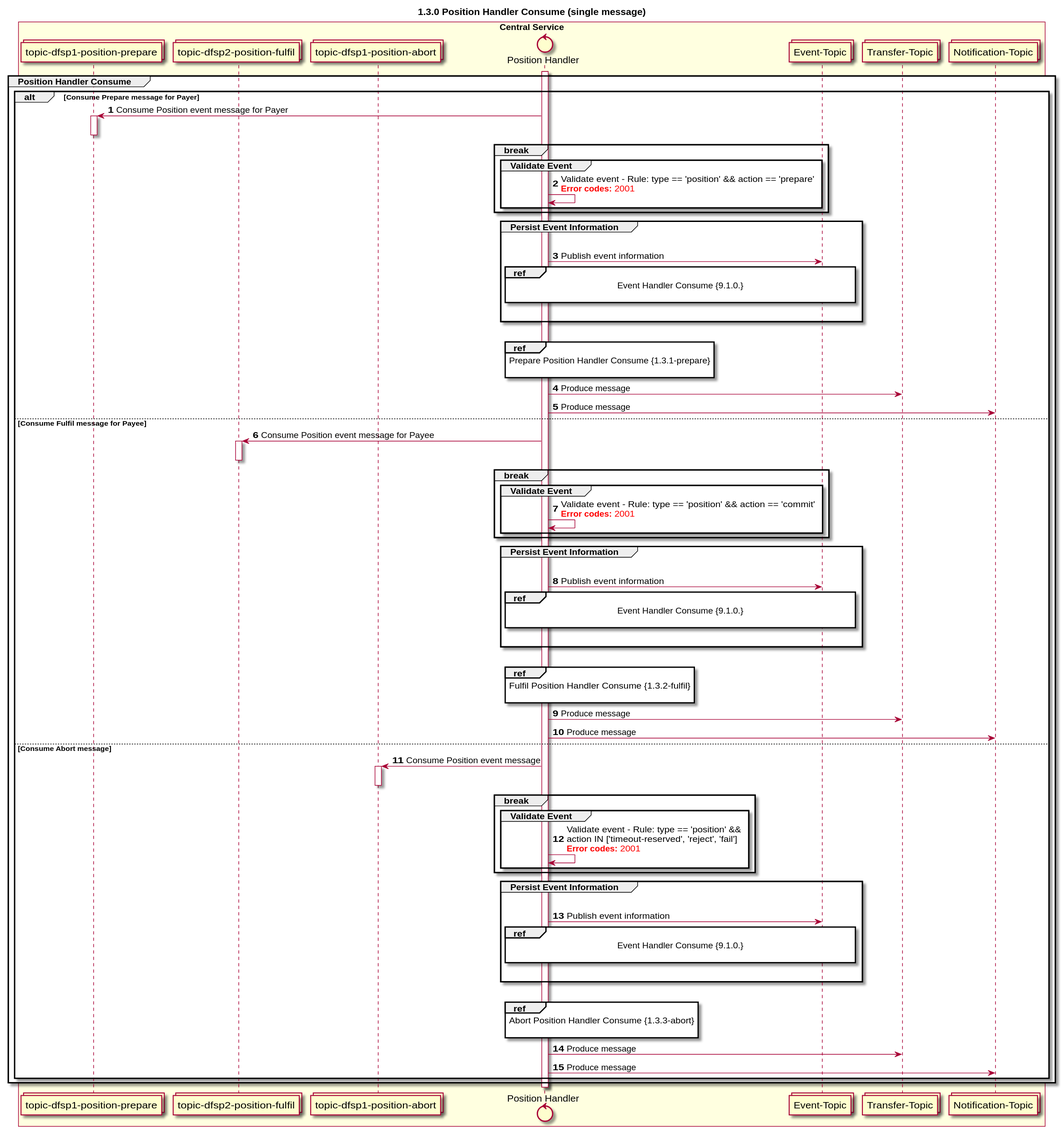
The PlantUML diagram CentralServices/seq_diagrams/seq-position-1.3.0.svg in NicoDuvenage/docs-1, before a commit. Source of this version:
```plantuml
@startuml
title 1.3.0 Position Handler Consume (single message)

autonumber


collections "topic-dfsp1-position-prepare" as TOPIC_POSITION_PREPARE_DFSP1
collections "topic-dfsp2-position-fulfil" as TOPIC_POSITION_FULFIL_DFSP2
collections "topic-dfsp1-position-abort" as TOPIC_POSITION_ABORT_DFSP1
control "Position Handler" as POS_HANDLER
collections "Transfer-Topic" as TOPIC_TRANSFERS
collections "Event-Topic" as TOPIC_EVENTS
collections "Notification-Topic" as TOPIC_NOTIFICATIONS

box "Central Service" #LightYellow
    participant TOPIC_POSITION_PREPARE_DFSP1
    participant TOPIC_POSITION_FULFIL_DFSP2
    participant TOPIC_POSITION_ABORT_DFSP1
    participant POS_HANDLER
    participant TOPIC_EVENTS
    participant TOPIC_TRANSFERS
    participant TOPIC_NOTIFICATIONS
end box

activate POS_HANDLER
group Position Handler Consume
    alt Consume Prepare message for Payer
        TOPIC_POSITION_PREPARE_DFSP1 <- POS_HANDLER: Consume Position event message for Payer
        activate TOPIC_POSITION_PREPARE_DFSP1
        deactivate TOPIC_POSITION_PREPARE_DFSP1
        break
            group Validate Event
                POS_HANDLER <-> POS_HANDLER: Validate event - Rule: type == 'position' && action == 'prepare'\n<color #FF0000><b>Error codes:</b> 2001</color>
            end
        end
        group Persist Event Information
            |||
            POS_HANDLER -> TOPIC_EVENTS: Publish event information
            ref over POS_HANDLER, TOPIC_EVENTS :  Event Handler Consume {9.1.0.} \n
            |||
        end
        |||
        ref over POS_HANDLER: Prepare Position Handler Consume {1.3.1-prepare} \n
        POS_HANDLER -> TOPIC_TRANSFERS: Produce message
        POS_HANDLER -> TOPIC_NOTIFICATIONS: Produce message
    else Consume Fulfil message for Payee
        TOPIC_POSITION_FULFIL_DFSP2 <- POS_HANDLER: Consume Position event message for Payee
        activate TOPIC_POSITION_FULFIL_DFSP2
        deactivate TOPIC_POSITION_FULFIL_DFSP2
        break
            group Validate Event
                POS_HANDLER <-> POS_HANDLER: Validate event - Rule: type == 'position' && action == 'commit'\n<color #FF0000><b>Error codes:</b> 2001</color>
            end
        end
        group Persist Event Information
            |||
            POS_HANDLER -> TOPIC_EVENTS: Publish event information
            ref over POS_HANDLER, TOPIC_EVENTS :  Event Handler Consume {9.1.0.} \n
            |||
        end
        |||
        ref over POS_HANDLER: Fulfil Position Handler Consume {1.3.2-fulfil} \n
        POS_HANDLER -> TOPIC_TRANSFERS: Produce message
        POS_HANDLER -> TOPIC_NOTIFICATIONS: Produce message
    else Consume Abort message
        TOPIC_POSITION_ABORT_DFSP1 <- POS_HANDLER: Consume Position event message
        activate TOPIC_POSITION_ABORT_DFSP1
        deactivate TOPIC_POSITION_ABORT_DFSP1
        break
            group Validate Event
                POS_HANDLER <-> POS_HANDLER: Validate event - Rule: type == 'position' &&\naction IN ['timeout-reserved', 'reject', 'fail']\n<color #FF0000><b>Error codes:</b> 2001</color>
            end
        end
        group Persist Event Information
            |||
            POS_HANDLER -> TOPIC_EVENTS: Publish event information
            ref over POS_HANDLER, TOPIC_EVENTS :  Event Handler Consume {9.1.0.} \n
            |||
        end
        |||
        ref over POS_HANDLER: Abort Position Handler Consume {1.3.3-abort} \n
        POS_HANDLER -> TOPIC_TRANSFERS: Produce message
        POS_HANDLER -> TOPIC_NOTIFICATIONS: Produce message
    end

end
deactivate POS_HANDLER
@enduml
```
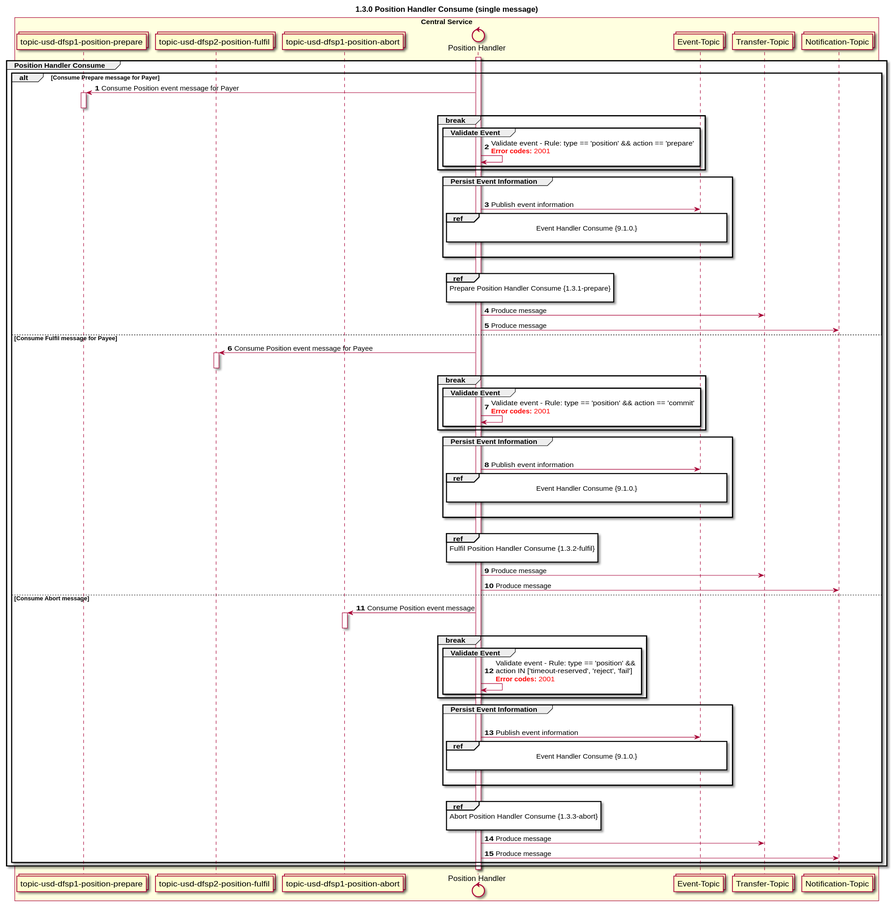
After the commit.

The edit, as a diff of the source:
```diff
@@ -4,9 +4,9 @@
 autonumber
 
 
-collections "topic-dfsp1-position-prepare" as TOPIC_POSITION_PREPARE_DFSP1
-collections "topic-dfsp2-position-fulfil" as TOPIC_POSITION_FULFIL_DFSP2
-collections "topic-dfsp1-position-abort" as TOPIC_POSITION_ABORT_DFSP1
+collections "topic-usd-dfsp1-position-prepare" as TOPIC_POSITION_PREPARE_DFSP1
+collections "topic-usd-dfsp2-position-fulfil" as TOPIC_POSITION_FULFIL_DFSP2
+collections "topic-usd-dfsp1-position-abort" as TOPIC_POSITION_ABORT_DFSP1
 control "Position Handler" as POS_HANDLER
 collections "Transfer-Topic" as TOPIC_TRANSFERS
 collections "Event-Topic" as TOPIC_EVENTS
```
